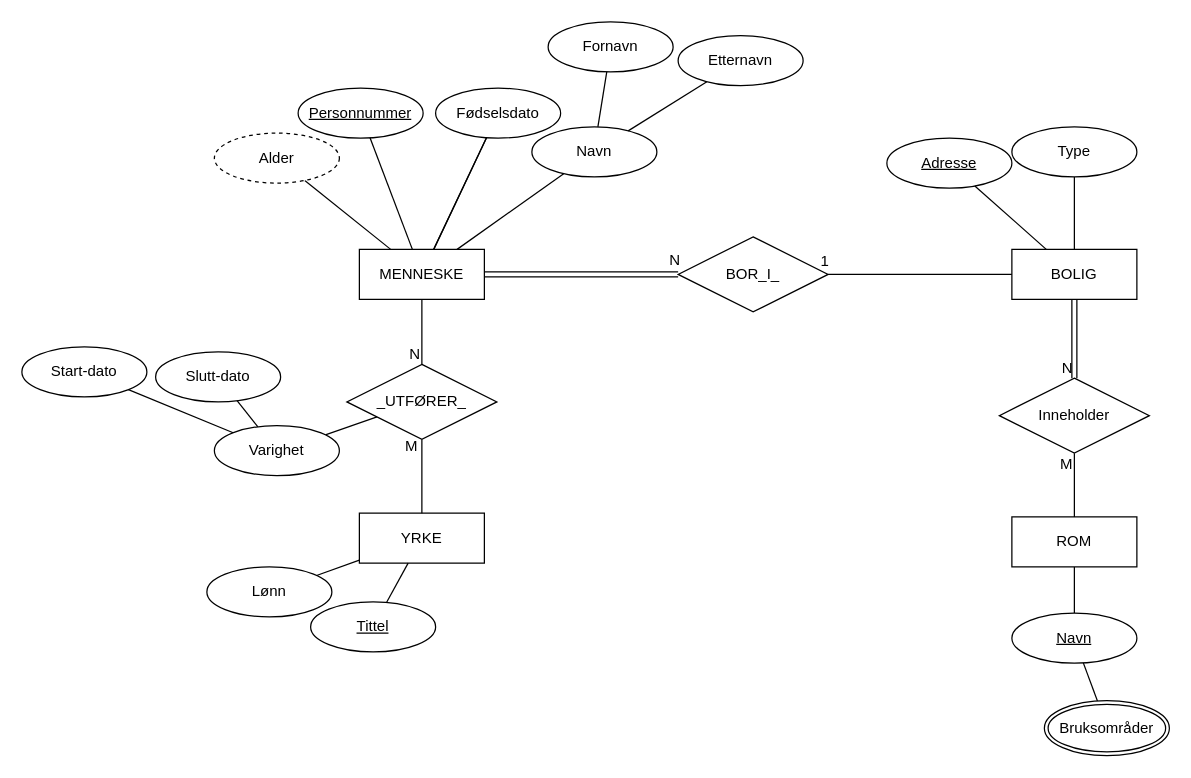
Above: innlevering1/oppgave2.drawio in harepus/in2090 (draw.io), before the change. Source tidied: cells renumbered, new cells numbered last; positions are measured from the earlier drawing's top-left corner, leaving out a move shared by most shapes. Both pictures are drawn from the tidied source at 125%, with x=0, y=0 at pixel (21, 21).
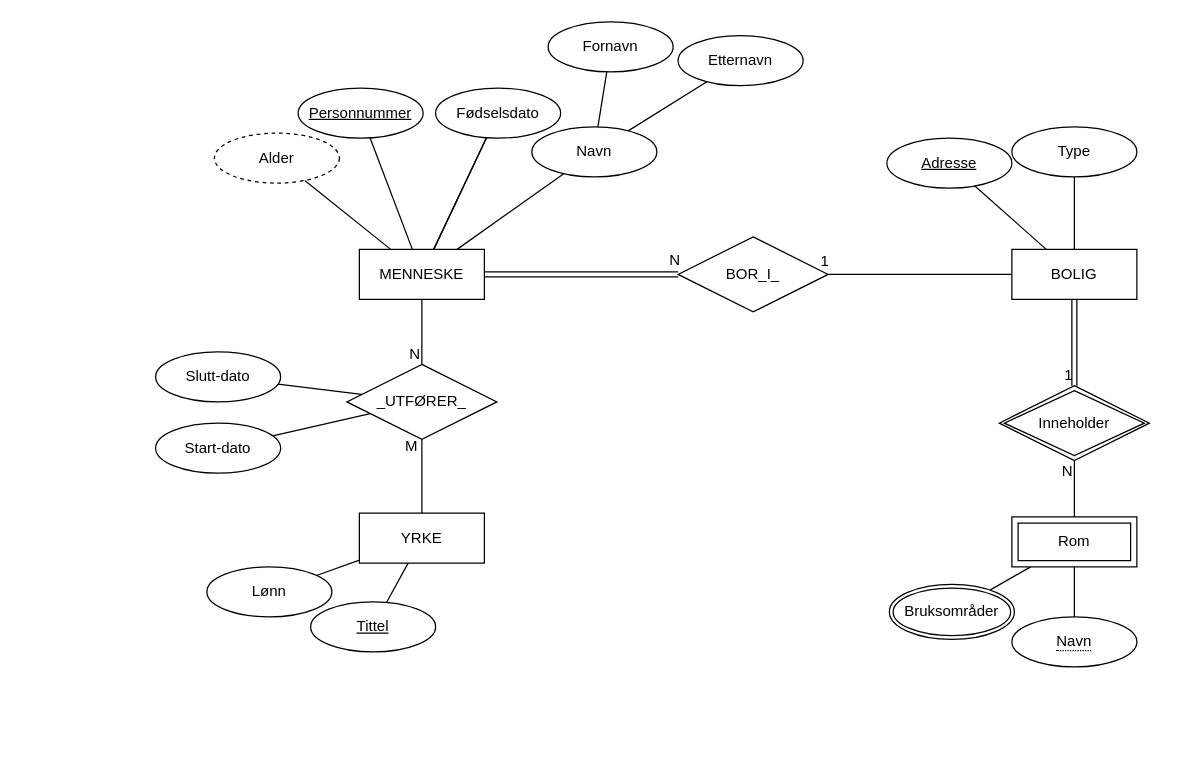
The same diagram, later.

The change refers to these unchanged cells:
```xml
<mxCell id="18" value="_UTFØRER_" style="shape=rhombus;perimeter=rhombusPerimeter;whiteSpace=wrap;html=1;align=center;" parent="1" vertex="1">
  <mxGeometry x="260" y="274" width="120" height="60" as="geometry" />
</mxCell>
<mxCell id="33" value="Slutt-dato" style="ellipse;whiteSpace=wrap;html=1;align=center;" parent="1" vertex="1">
  <mxGeometry x="107" y="264" width="100" height="40" as="geometry" />
</mxCell>
<mxCell id="48" style="shape=link;html=1;rounded=0;" parent="1" edge="1" source="11" target="45">
  <mxGeometry relative="1" as="geometry" />
</mxCell>
```

Change to the diagram source:
```diff
@@
-    <mxCell id="16" style="endArrow=none;html=1;rounded=0;" parent="1" edge="1" source="46" target="47">
+    <mxCell id="16" style="endArrow=none;html=1;rounded=0;entryX=0.5;entryY=0;entryDx=0;entryDy=0;" parent="1" edge="1" source="52" target="47">
       <mxGeometry relative="1" as="geometry" />
     </mxCell>
-    <mxCell id="17" style="endArrow=none;html=1;rounded=0;" parent="1" edge="1" source="20" target="47">
+    <mxCell id="17" style="endArrow=none;html=1;rounded=0;" parent="1" edge="1" source="20" target="52">
       <mxGeometry relative="1" as="geometry" />
     </mxCell>
@@
     <mxCell id="20" value="Bruksområder" style="ellipse;shape=doubleEllipse;margin=3;whiteSpace=wrap;html=1;align=center;" parent="1" vertex="1">
-      <mxGeometry x="818" y="543" width="100" height="44" as="geometry" />
+      <mxGeometry x="694" y="450" width="100" height="44" as="geometry" />
     </mxCell>
@@
     <mxCell id="31" value="Start-dato" style="ellipse;whiteSpace=wrap;html=1;align=center;" parent="1" vertex="1">
-      <mxGeometry y="260" width="100" height="40" as="geometry" />
+      <mxGeometry x="107" y="321" width="100" height="40" as="geometry" />
     </mxCell>
-    <mxCell id="32" style="endArrow=none;html=1;rounded=0;" parent="1" edge="1" source="39" target="18">
-      <mxGeometry relative="1" as="geometry" />
-    </mxCell>
@@
-    <mxCell id="34" style="endArrow=none;html=1;rounded=0;" parent="1" edge="1" source="33" target="39">
+    <mxCell id="34" style="endArrow=none;html=1;rounded=0;" parent="1" edge="1" source="33" target="18">
       <mxGeometry relative="1" as="geometry" />
     </mxCell>
@@
-    <mxCell id="39" value="Varighet" style="ellipse;whiteSpace=wrap;html=1;align=center;" parent="1" vertex="1">
-      <mxGeometry x="154" y="323" width="100" height="40" as="geometry" />
-    </mxCell>
-    <mxCell id="40" style="endArrow=none;html=1;rounded=0;" parent="1" edge="1" source="31" target="39">
+    <mxCell id="40" style="endArrow=none;html=1;rounded=0;" parent="1" edge="1" source="31" target="18">
       <mxGeometry relative="1" as="geometry" />
     </mxCell>
@@
-    <mxCell id="45" value="Inneholder" style="shape=rhombus;perimeter=rhombusPerimeter;whiteSpace=wrap;html=1;align=center;" parent="1" vertex="1">
-      <mxGeometry x="782" y="285" width="120" height="60" as="geometry" />
-    </mxCell>
-    <mxCell id="46" value="ROM" style="whiteSpace=wrap;html=1;align=center;" parent="1" vertex="1">
-      <mxGeometry x="792" y="396" width="100" height="40" as="geometry" />
-    </mxCell>
-    <mxCell id="47" value="Navn" style="ellipse;whiteSpace=wrap;html=1;align=center;fontStyle=4;" parent="1" vertex="1">
-      <mxGeometry x="792" y="473" width="100" height="40" as="geometry" />
-    </mxCell>
@@
-    <mxCell id="49" value="N" style="html=1;whiteSpace=wrap;align=right;verticalAlign=bottom;" parent="48" vertex="1">
+    <mxCell id="49" value="1" style="html=1;whiteSpace=wrap;align=right;verticalAlign=bottom;" parent="48" vertex="1">
       <mxGeometry x="1" relative="1" as="geometry" />
     </mxCell>
-    <mxCell id="50" style="endArrow=none;html=1;rounded=0;" parent="1" edge="1" source="46" target="45">
+    <mxCell id="50" style="endArrow=none;html=1;rounded=0;" parent="1" edge="1" source="52" target="45">
       <mxGeometry relative="1" as="geometry" />
     </mxCell>
-    <mxCell id="51" value="M" style="html=1;whiteSpace=wrap;align=right;verticalAlign=bottom;" parent="50" vertex="1">
+    <mxCell id="51" value="N" style="html=1;whiteSpace=wrap;align=right;verticalAlign=bottom;" parent="50" vertex="1">
       <mxGeometry x="1" relative="1" as="geometry">
         <mxPoint y="17" as="offset" />
       </mxGeometry>
     </mxCell>
+    <mxCell id="52" value="Rom" style="shape=ext;margin=3;double=1;whiteSpace=wrap;html=1;align=center;" parent="1" vertex="1">
+      <mxGeometry x="792" y="396" width="100" height="40" as="geometry" />
+    </mxCell>
+    <mxCell id="47" value="&lt;span style=&quot;border-bottom: 1px dotted&quot;&gt;Navn&lt;br&gt;&lt;/span&gt;" style="ellipse;whiteSpace=wrap;html=1;align=center;" parent="1" vertex="1">
+      <mxGeometry x="792" y="476" width="100" height="40" as="geometry" />
+    </mxCell>
+    <mxCell id="45" value="Inneholder" style="shape=rhombus;double=1;perimeter=rhombusPerimeter;whiteSpace=wrap;html=1;align=center;" parent="1" vertex="1">
+      <mxGeometry x="782" y="291" width="120" height="60" as="geometry" />
+    </mxCell>
```
